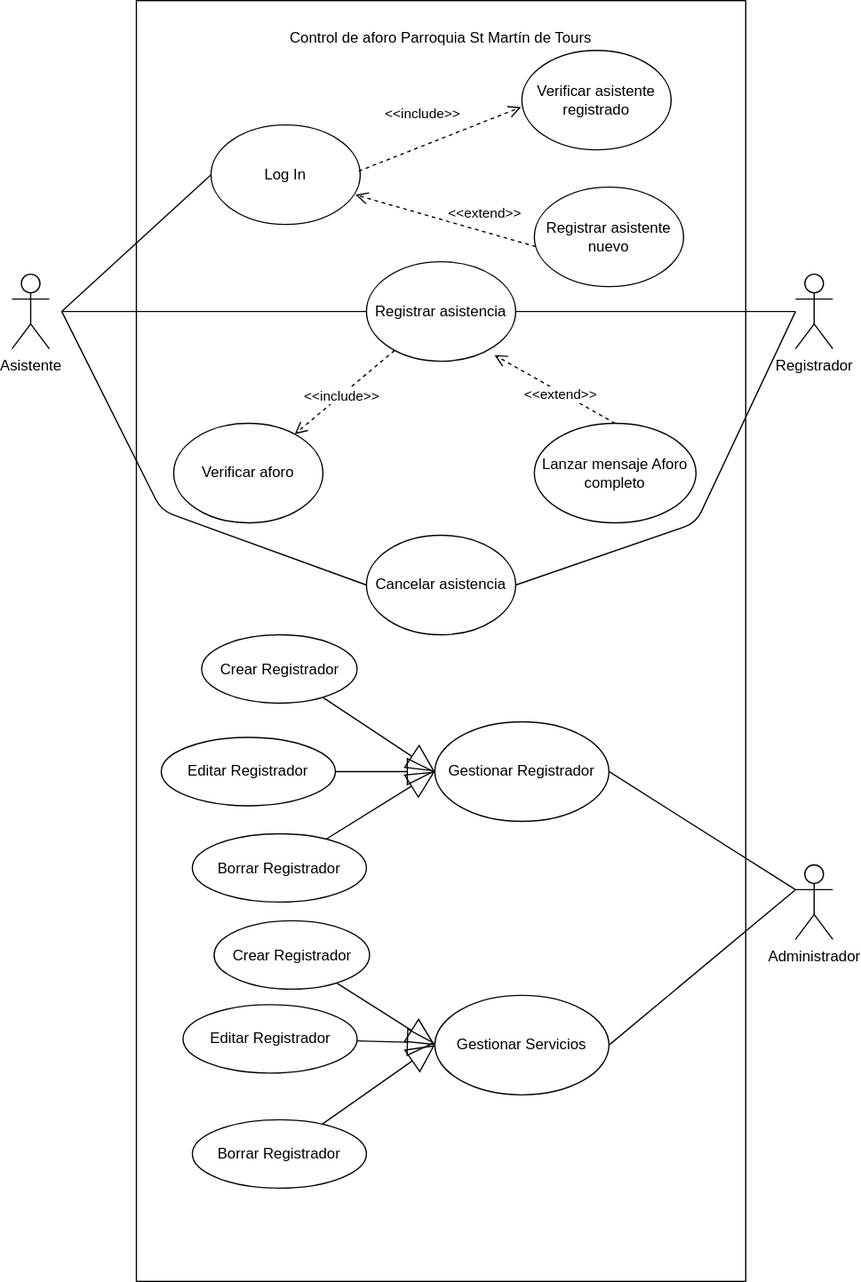
Above: documentation/casos_de_uso.svg in AlbertDeHoz/Control-de-aforo-para-la-parroquia-St-Martin-De-Tour (draw.io), before the change. Source tidied: cells renumbered, new cells last; positions are measured from the earlier drawing's top-left corner, leaving out a move shared by most shapes. The source it was exported from:
```xml
<mxGraphModel>
  <root>
    <mxCell id="0" />
    <mxCell id="1" parent="0" />
    <mxCell id="2" style="rounded=0;whiteSpace=wrap;html=1;" parent="1" vertex="1">
      <mxGeometry x="100" width="490" height="1030" as="geometry" />
    </mxCell>
    <mxCell id="3" value="Control de aforo Parroquia St Martín de Tours" style="text;html=1;strokeColor=none;fillColor=none;align=center;verticalAlign=middle;whiteSpace=wrap;rounded=0;" parent="1" vertex="1">
      <mxGeometry x="210" y="20" width="270" height="20" as="geometry" />
    </mxCell>
    <mxCell id="4" value="Asistente" style="shape=umlActor;verticalLabelPosition=bottom;verticalAlign=top;html=1;" parent="1" vertex="1">
      <mxGeometry y="220" width="30" height="60" as="geometry" />
    </mxCell>
    <mxCell id="5" value="Registrador" style="shape=umlActor;verticalLabelPosition=bottom;verticalAlign=top;html=1;outlineConnect=0;" parent="1" vertex="1">
      <mxGeometry x="630" y="220" width="30" height="60" as="geometry" />
    </mxCell>
    <mxCell id="6" value="Log In" style="ellipse;whiteSpace=wrap;html=1;" parent="1" vertex="1">
      <mxGeometry x="160" y="100" width="120" height="80" as="geometry" />
    </mxCell>
    <mxCell id="7" value="&lt;div&gt;Registrar asistencia&lt;br&gt;&lt;/div&gt;" style="ellipse;whiteSpace=wrap;html=1;" parent="1" vertex="1">
      <mxGeometry x="285" y="210" width="120" height="80" as="geometry" />
    </mxCell>
    <mxCell id="8" value="Cancelar asistencia" style="ellipse;whiteSpace=wrap;html=1;" parent="1" vertex="1">
      <mxGeometry x="285" y="430" width="120" height="80" as="geometry" />
    </mxCell>
    <mxCell id="9" style="endArrow=none;html=1;entryX=0;entryY=0.5;entryDx=0;entryDy=0;" parent="1" edge="1" target="6">
      <mxGeometry relative="1" as="geometry">
        <mxPoint x="40" y="250" as="sourcePoint" />
      </mxGeometry>
    </mxCell>
    <mxCell id="10" style="endArrow=none;html=1;entryX=0;entryY=0.5;entryDx=0;entryDy=0;" parent="1" edge="1" target="7">
      <mxGeometry relative="1" as="geometry">
        <mxPoint x="40" y="250" as="sourcePoint" />
      </mxGeometry>
    </mxCell>
    <mxCell id="11" style="endArrow=none;html=1;entryX=0;entryY=0.5;entryDx=0;entryDy=0;" parent="1" edge="1" target="8">
      <mxGeometry relative="1" as="geometry">
        <mxPoint x="40" y="250" as="sourcePoint" />
        <Array as="points">
          <mxPoint x="120" y="410" />
        </Array>
      </mxGeometry>
    </mxCell>
    <mxCell id="12" value="Verificar asistente registrado" style="ellipse;whiteSpace=wrap;html=1;" parent="1" vertex="1">
      <mxGeometry x="410" y="40" width="120" height="80" as="geometry" />
    </mxCell>
    <mxCell id="13" value="&amp;lt;&amp;lt;include&amp;gt;&amp;gt;" style="html=1;verticalAlign=bottom;endArrow=open;dashed=1;endSize=8;entryX=-0.006;entryY=0.571;entryDx=0;entryDy=0;entryPerimeter=0;exitX=0.99;exitY=0.464;exitDx=0;exitDy=0;exitPerimeter=0;" parent="1" edge="1" source="6" target="12">
      <mxGeometry x="-0.13" y="16" relative="1" as="geometry" />
    </mxCell>
    <mxCell id="14" value="Registrar asistente nuevo" style="ellipse;whiteSpace=wrap;html=1;" parent="1" vertex="1">
      <mxGeometry x="420" y="150" width="120" height="80" as="geometry" />
    </mxCell>
    <mxCell id="15" value="&amp;lt;&amp;lt;extend&amp;gt;&amp;gt;" style="html=1;verticalAlign=bottom;endArrow=open;dashed=1;endSize=8;entryX=0.968;entryY=0.702;entryDx=0;entryDy=0;entryPerimeter=0;exitX=0.01;exitY=0.598;exitDx=0;exitDy=0;exitPerimeter=0;" parent="1" edge="1" source="14" target="6">
      <mxGeometry x="-0.41" y="-6" relative="1" as="geometry" />
    </mxCell>
    <mxCell id="16" value="Verificar aforo" style="ellipse;whiteSpace=wrap;html=1;" parent="1" vertex="1">
      <mxGeometry x="130" y="340" width="120" height="80" as="geometry" />
    </mxCell>
    <mxCell id="17" value="Lanzar mensaje Aforo completo" style="ellipse;whiteSpace=wrap;html=1;" parent="1" vertex="1">
      <mxGeometry x="420" y="340" width="130" height="80" as="geometry" />
    </mxCell>
    <mxCell id="18" value="&amp;lt;&amp;lt;include&amp;gt;&amp;gt;" style="html=1;verticalAlign=bottom;endArrow=open;dashed=1;endSize=8;" parent="1" edge="1" source="7" target="16">
      <mxGeometry x="0.19" y="7" relative="1" as="geometry" />
    </mxCell>
    <mxCell id="19" value="&amp;lt;&amp;lt;extend&amp;gt;&amp;gt;" style="html=1;verticalAlign=bottom;endArrow=open;dashed=1;endSize=8;entryX=0.858;entryY=0.938;entryDx=0;entryDy=0;entryPerimeter=0;exitX=0.5;exitY=0;exitDx=0;exitDy=0;" parent="1" edge="1" source="17" target="7">
      <mxGeometry x="-0.2" y="9" relative="1" as="geometry" />
    </mxCell>
    <mxCell id="20" style="endArrow=none;html=1;entryX=1;entryY=0.5;entryDx=0;entryDy=0;" parent="1" edge="1" source="5" target="7">
      <mxGeometry relative="1" as="geometry" />
    </mxCell>
    <mxCell id="21" style="endArrow=none;html=1;entryX=1;entryY=0.5;entryDx=0;entryDy=0;" parent="1" edge="1" target="8">
      <mxGeometry relative="1" as="geometry">
        <mxPoint x="630" y="250" as="sourcePoint" />
        <Array as="points">
          <mxPoint x="550" y="420" />
        </Array>
      </mxGeometry>
    </mxCell>
    <mxCell id="22" value="Gestionar Registrador" style="ellipse;whiteSpace=wrap;html=1;" parent="1" vertex="1">
      <mxGeometry x="340" y="580" width="140" height="80" as="geometry" />
    </mxCell>
    <mxCell id="23" value="Gestionar Servicios" style="ellipse;whiteSpace=wrap;html=1;" parent="1" vertex="1">
      <mxGeometry x="340" y="800" width="140" height="80" as="geometry" />
    </mxCell>
    <mxCell id="24" style="rounded=0;jettySize=auto;html=1;entryX=0;entryY=0.5;entryDx=0;entryDy=0;endArrow=block;endFill=0;startSize=20;endSize=20;" parent="1" edge="1" source="25" target="22">
      <mxGeometry relative="1" as="geometry" />
    </mxCell>
    <mxCell id="25" value="Crear Registrador" style="ellipse;whiteSpace=wrap;html=1;" parent="1" vertex="1">
      <mxGeometry x="152.5" y="510" width="125" height="55" as="geometry" />
    </mxCell>
    <mxCell id="26" style="edgeStyle=none;rounded=0;jettySize=auto;html=1;endArrow=block;endFill=0;startSize=20;endSize=20;" parent="1" edge="1" source="27" target="22">
      <mxGeometry relative="1" as="geometry" />
    </mxCell>
    <mxCell id="27" value="Editar Registrador" style="ellipse;whiteSpace=wrap;html=1;" parent="1" vertex="1">
      <mxGeometry x="120" y="592.5" width="140" height="55" as="geometry" />
    </mxCell>
    <mxCell id="28" value="Administrador" style="shape=umlActor;verticalLabelPosition=bottom;verticalAlign=top;html=1;outlineConnect=0;" parent="1" vertex="1">
      <mxGeometry x="630" y="695" width="30" height="60" as="geometry" />
    </mxCell>
    <mxCell id="29" style="edgeStyle=none;rounded=0;jettySize=auto;html=1;entryX=0;entryY=0.5;entryDx=0;entryDy=0;endArrow=block;endFill=0;startSize=20;endSize=20;" parent="1" edge="1" source="30" target="22">
      <mxGeometry relative="1" as="geometry" />
    </mxCell>
    <mxCell id="30" value="Borrar Registrador" style="ellipse;whiteSpace=wrap;html=1;" parent="1" vertex="1">
      <mxGeometry x="145" y="670" width="140" height="55" as="geometry" />
    </mxCell>
    <mxCell id="31" style="endArrow=none;html=1;entryX=1;entryY=0.5;entryDx=0;entryDy=0;exitX=0;exitY=0.3333333333333333;exitDx=0;exitDy=0;exitPerimeter=0;" parent="1" edge="1" source="28" target="22">
      <mxGeometry relative="1" as="geometry" />
    </mxCell>
    <mxCell id="32" style="endArrow=none;html=1;entryX=1;entryY=0.5;entryDx=0;entryDy=0;exitX=0;exitY=0.3333333333333333;exitDx=0;exitDy=0;exitPerimeter=0;" parent="1" edge="1" source="28" target="23">
      <mxGeometry relative="1" as="geometry" />
    </mxCell>
    <mxCell id="33" style="edgeStyle=none;rounded=0;jettySize=auto;html=1;endArrow=block;endFill=0;startSize=20;endSize=20;entryX=0;entryY=0.5;entryDx=0;entryDy=0;" parent="1" edge="1" source="34" target="23">
      <mxGeometry relative="1" as="geometry" />
    </mxCell>
    <mxCell id="34" value="Crear Registrador" style="ellipse;whiteSpace=wrap;html=1;" parent="1" vertex="1">
      <mxGeometry x="162.5" y="740" width="125" height="55" as="geometry" />
    </mxCell>
    <mxCell id="35" style="edgeStyle=none;rounded=0;jettySize=auto;html=1;endArrow=block;endFill=0;startSize=20;endSize=20;" parent="1" edge="1" source="36" target="23">
      <mxGeometry relative="1" as="geometry" />
    </mxCell>
    <mxCell id="36" value="Editar Registrador" style="ellipse;whiteSpace=wrap;html=1;" parent="1" vertex="1">
      <mxGeometry x="137.5" y="807.5" width="140" height="55" as="geometry" />
    </mxCell>
    <mxCell id="37" style="edgeStyle=none;rounded=0;jettySize=auto;html=1;entryX=0;entryY=0.5;entryDx=0;entryDy=0;endArrow=block;endFill=0;startSize=20;endSize=20;" parent="1" edge="1" source="38" target="23">
      <mxGeometry relative="1" as="geometry" />
    </mxCell>
    <mxCell id="38" value="Borrar Registrador" style="ellipse;whiteSpace=wrap;html=1;" parent="1" vertex="1">
      <mxGeometry x="145" y="900" width="140" height="55" as="geometry" />
    </mxCell>
  </root>
</mxGraphModel>
```
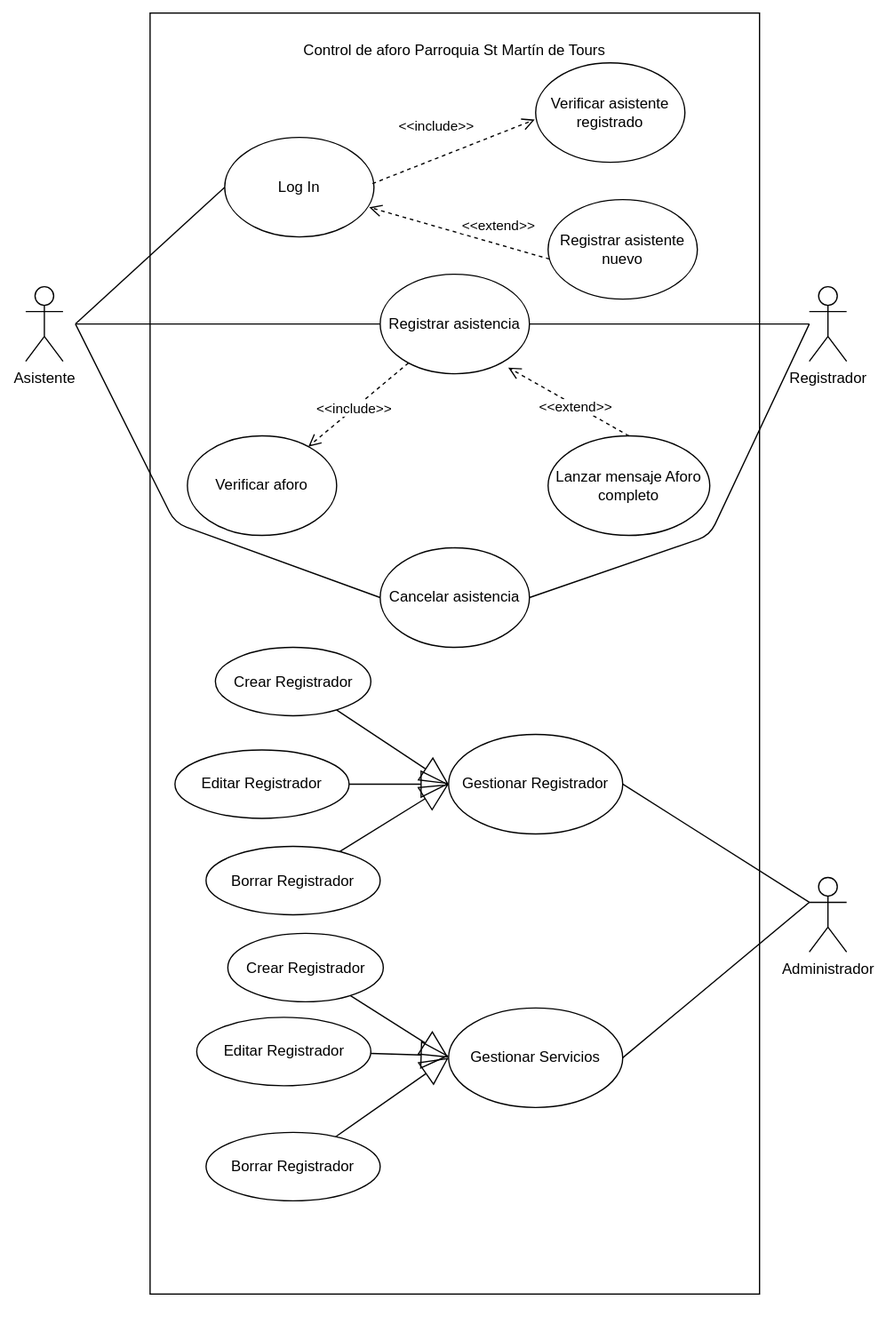
After the commit.

Diff of the diagram source:
```diff
@@ -2,6 +2,9 @@
   <root>
     <mxCell id="0" />
     <mxCell id="1" parent="0" />
+    <mxCell id="39" style="rounded=0;whiteSpace=wrap;html=1;strokeColor=#FFFFFF;" parent="1" vertex="1">
+      <mxGeometry x="-20" y="-10" width="710" height="1070" as="geometry" />
+    </mxCell>
     <mxCell id="2" style="rounded=0;whiteSpace=wrap;html=1;" parent="1" vertex="1">
       <mxGeometry x="100" width="490" height="1030" as="geometry" />
     </mxCell>
```
